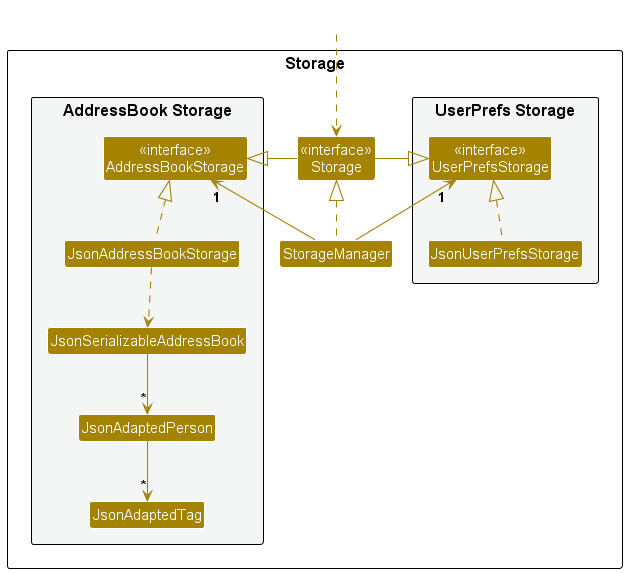
Before: docs/images/StorageClassDiagram.png, a diagram exported from PlantUML (nus-cs2103-AY2425S1/tp).
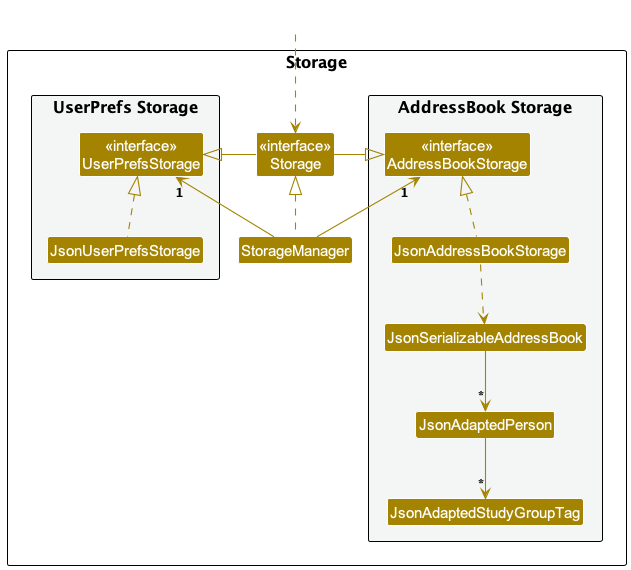
Above is the later version.

Diff of the diagram source:
```diff
@@ -19,7 +19,7 @@
 Class JsonAddressBookStorage
 Class JsonSerializableAddressBook
 Class JsonAdaptedPerson
-Class JsonAdaptedTag
+Class JsonAdaptedStudyGroupTag
 }
 
 }
@@ -38,6 +38,6 @@
 JsonAddressBookStorage .up.|> AddressBookStorage
 JsonAddressBookStorage ..> JsonSerializableAddressBook
 JsonSerializableAddressBook --> "*" JsonAdaptedPerson
-JsonAdaptedPerson --> "*" JsonAdaptedTag
+JsonAdaptedPerson --> "*" JsonAdaptedStudyGroupTag
 
 @enduml
```
